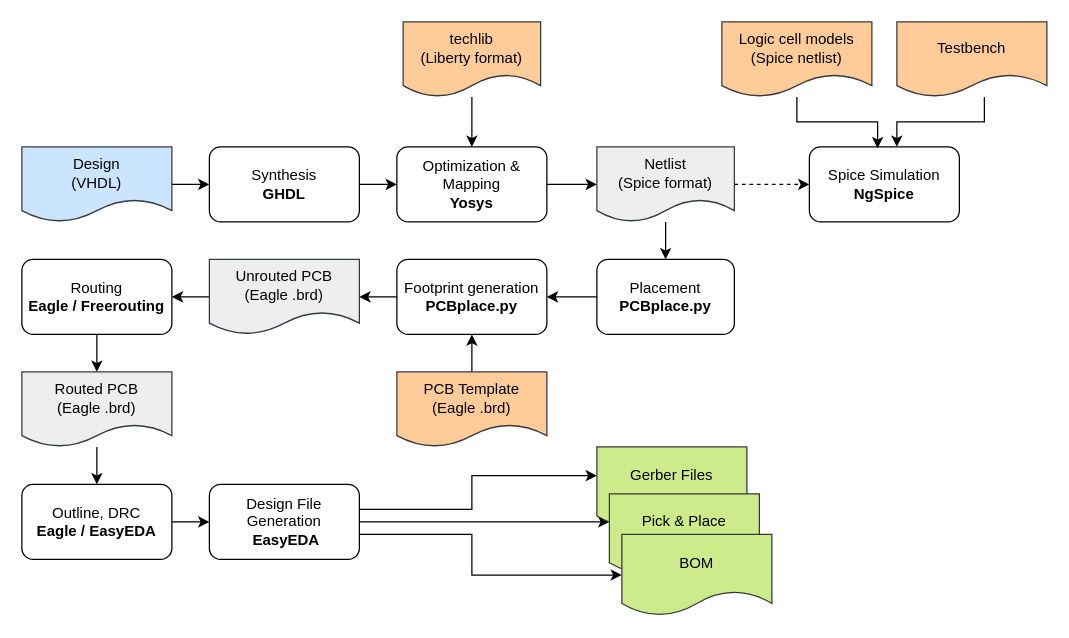
Before: Images/PCBFlow.drawio in cpldcpu/PCBFlow, a draw.io diagram. Source tidied: cells renumbered, new cells numbered last; positions are measured from the earlier drawing's top-left corner, leaving out a move shared by most shapes. Both pictures are drawn from the tidied source at 125%, with x=0, y=0 at pixel (21, 21).
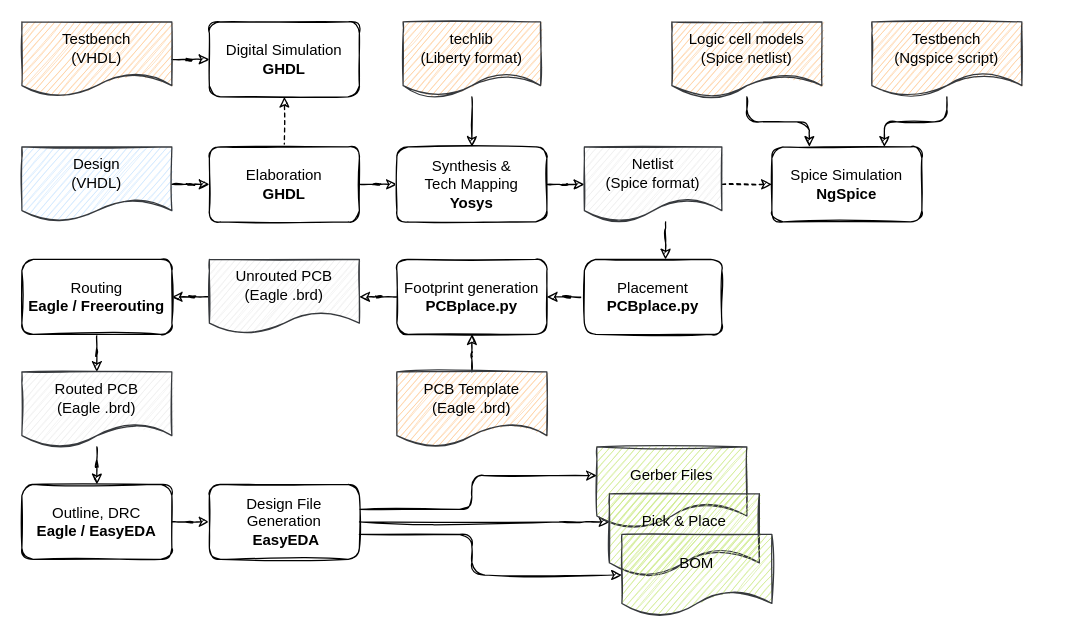
After the change.

Diff of the diagram source:
```diff
@@
-    <mxCell id="2" style="edgeStyle=orthogonalEdgeStyle;rounded=0;jettySize=auto;html=1;" parent="1" edge="1" source="3" target="5">
+    <mxCell id="2" style="edgeStyle=orthogonalEdgeStyle;jettySize=auto;html=1;sketch=1;" parent="1" edge="1" source="3" target="5">
       <mxGeometry relative="1" as="geometry" />
     </mxCell>
-    <mxCell id="3" value="Design&lt;br&gt;(VHDL)" style="shape=document;whiteSpace=wrap;html=1;boundedLbl=1;fillColor=#cce5ff;strokeColor=#36393d;" parent="1" vertex="1">
+    <mxCell id="3" value="Design&lt;br&gt;(VHDL)" style="shape=document;whiteSpace=wrap;html=1;boundedLbl=1;fillColor=#cce5ff;strokeColor=#36393d;rounded=1;sketch=1;" parent="1" vertex="1">
       <mxGeometry y="100" width="120" height="60" as="geometry" />
     </mxCell>
-    <mxCell id="4" style="edgeStyle=orthogonalEdgeStyle;rounded=0;jettySize=auto;html=1;" parent="1" edge="1" source="5" target="7">
+    <mxCell id="4" style="edgeStyle=orthogonalEdgeStyle;jettySize=auto;html=1;sketch=1;" parent="1" edge="1" source="5" target="7">
       <mxGeometry relative="1" as="geometry" />
     </mxCell>
+    <mxCell id="39" style="edgeStyle=orthogonalEdgeStyle;jettySize=auto;html=1;dashed=1;sketch=1;" parent="1" edge="1" source="5" target="40">
+      <mxGeometry relative="1" as="geometry" />
+    </mxCell>
-    <mxCell id="5" value="Synthesis&lt;br&gt;&lt;b&gt;GHDL&lt;/b&gt;" style="rounded=1;whiteSpace=wrap;html=1;" parent="1" vertex="1">
+    <mxCell id="5" value="Elaboration&lt;br&gt;&lt;b&gt;GHDL&lt;/b&gt;" style="whiteSpace=wrap;html=1;rounded=1;sketch=1;" parent="1" vertex="1">
       <mxGeometry x="150" y="100" width="120" height="60" as="geometry" />
     </mxCell>
-    <mxCell id="6" style="edgeStyle=orthogonalEdgeStyle;rounded=0;jettySize=auto;html=1;" parent="1" edge="1" source="7" target="10">
+    <mxCell id="6" style="edgeStyle=orthogonalEdgeStyle;jettySize=auto;html=1;sketch=1;" parent="1" edge="1" source="7" target="10">
       <mxGeometry relative="1" as="geometry" />
     </mxCell>
-    <mxCell id="7" value="Optimization &amp;amp; Mapping&lt;br&gt;&lt;b&gt;Yosys&lt;/b&gt;" style="rounded=1;whiteSpace=wrap;html=1;" parent="1" vertex="1">
+    <mxCell id="7" value="Synthesis &amp;amp; &lt;br&gt;Tech Mapping&lt;br&gt;&lt;b&gt;Yosys&lt;/b&gt;" style="whiteSpace=wrap;html=1;rounded=1;sketch=1;" parent="1" vertex="1">
       <mxGeometry x="300" y="100" width="120" height="60" as="geometry" />
     </mxCell>
-    <mxCell id="8" style="edgeStyle=orthogonalEdgeStyle;rounded=0;jettySize=auto;html=1;" parent="1" edge="1" source="10" target="12">
+    <mxCell id="8" style="edgeStyle=orthogonalEdgeStyle;jettySize=auto;html=1;sketch=1;" parent="1" edge="1" source="10" target="12">
       <mxGeometry relative="1" as="geometry">
         <Array as="points">
           <mxPoint x="515" y="170" />
           <mxPoint x="515" y="170" />
         </Array>
       </mxGeometry>
     </mxCell>
-    <mxCell id="9" style="edgeStyle=orthogonalEdgeStyle;rounded=0;jettySize=auto;html=1;dashed=1;" parent="1" edge="1" source="10" target="19">
+    <mxCell id="9" style="edgeStyle=orthogonalEdgeStyle;jettySize=auto;html=1;dashed=1;sketch=1;" parent="1" edge="1" source="10" target="19">
       <mxGeometry relative="1" as="geometry" />
     </mxCell>
-    <mxCell id="10" value="Netlist&lt;br&gt;(Spice format)" style="shape=document;whiteSpace=wrap;html=1;boundedLbl=1;rounded=1;fillColor=#eeeeee;strokeColor=#36393d;" parent="1" vertex="1">
-      <mxGeometry x="460" y="100" width="110" height="60" as="geometry" />
+    <mxCell id="10" value="Netlist&lt;br&gt;(Spice format)" style="shape=document;whiteSpace=wrap;html=1;boundedLbl=1;fillColor=#eeeeee;strokeColor=#36393d;rounded=1;sketch=1;" parent="1" vertex="1">
+      <mxGeometry x="450" y="100" width="110" height="60" as="geometry" />
     </mxCell>
-    <mxCell id="11" style="edgeStyle=orthogonalEdgeStyle;rounded=0;jettySize=auto;html=1;" parent="1" edge="1" source="12" target="16">
+    <mxCell id="11" style="edgeStyle=orthogonalEdgeStyle;jettySize=auto;html=1;sketch=1;" parent="1" edge="1" source="12" target="16">
       <mxGeometry relative="1" as="geometry" />
     </mxCell>
-    <mxCell id="12" value="Placement&lt;br&gt;&lt;b&gt;PCBplace.py&lt;/b&gt;" style="whiteSpace=wrap;html=1;rounded=1;" parent="1" vertex="1">
-      <mxGeometry x="460" y="190" width="110" height="60" as="geometry" />
+    <mxCell id="12" value="Placement&lt;br&gt;&lt;b&gt;PCBplace.py&lt;/b&gt;" style="whiteSpace=wrap;html=1;rounded=1;sketch=1;" parent="1" vertex="1">
+      <mxGeometry x="450" y="190" width="110" height="60" as="geometry" />
     </mxCell>
-    <mxCell id="13" style="edgeStyle=orthogonalEdgeStyle;rounded=0;jettySize=auto;html=1;" parent="1" edge="1" source="14" target="7">
+    <mxCell id="13" style="edgeStyle=orthogonalEdgeStyle;jettySize=auto;html=1;sketch=1;" parent="1" edge="1" source="14" target="7">
       <mxGeometry relative="1" as="geometry" />
     </mxCell>
-    <mxCell id="14" value="techlib&lt;br&gt;(Liberty format)" style="shape=document;whiteSpace=wrap;html=1;boundedLbl=1;rounded=1;fillColor=#ffcc99;strokeColor=#36393d;" parent="1" vertex="1">
+    <mxCell id="14" value="techlib&lt;br&gt;(Liberty format)" style="shape=document;whiteSpace=wrap;html=1;boundedLbl=1;fillColor=#ffcc99;strokeColor=#36393d;rounded=1;sketch=1;" parent="1" vertex="1">
       <mxGeometry x="305" width="110" height="60" as="geometry" />
     </mxCell>
-    <mxCell id="15" style="edgeStyle=orthogonalEdgeStyle;rounded=0;jettySize=auto;html=1;" parent="1" edge="1" source="16" target="25">
+    <mxCell id="15" style="edgeStyle=orthogonalEdgeStyle;jettySize=auto;html=1;sketch=1;" parent="1" edge="1" source="16" target="25">
       <mxGeometry relative="1" as="geometry" />
     </mxCell>
-    <mxCell id="16" value="Footprint generation&lt;br&gt;&lt;b&gt;PCBplace.py&lt;/b&gt;" style="whiteSpace=wrap;html=1;rounded=1;" parent="1" vertex="1">
+    <mxCell id="16" value="Footprint generation&lt;br&gt;&lt;b&gt;PCBplace.py&lt;/b&gt;" style="whiteSpace=wrap;html=1;rounded=1;sketch=1;" parent="1" vertex="1">
       <mxGeometry x="300" y="190" width="120" height="60" as="geometry" />
     </mxCell>
-    <mxCell id="17" style="edgeStyle=orthogonalEdgeStyle;rounded=0;jettySize=auto;html=1;" parent="1" edge="1" source="18" target="16">
+    <mxCell id="17" style="edgeStyle=orthogonalEdgeStyle;jettySize=auto;html=1;sketch=1;" parent="1" edge="1" source="18" target="16">
       <mxGeometry relative="1" as="geometry" />
     </mxCell>
-    <mxCell id="18" value="PCB Template&lt;br&gt;(Eagle .brd)" style="shape=document;whiteSpace=wrap;html=1;boundedLbl=1;fillColor=#ffcc99;strokeColor=#36393d;" parent="1" vertex="1">
+    <mxCell id="18" value="PCB Template&lt;br&gt;(Eagle .brd)" style="shape=document;whiteSpace=wrap;html=1;boundedLbl=1;fillColor=#ffcc99;strokeColor=#36393d;rounded=1;sketch=1;" parent="1" vertex="1">
       <mxGeometry x="300" y="280" width="120" height="60" as="geometry" />
     </mxCell>
-    <mxCell id="19" value="Spice Simulation&lt;br&gt;&lt;b&gt;NgSpice&lt;/b&gt;" style="whiteSpace=wrap;html=1;rounded=1;" parent="1" vertex="1">
-      <mxGeometry x="630" y="100" width="120" height="60" as="geometry" />
+    <mxCell id="19" value="Spice Simulation&lt;br&gt;&lt;b&gt;NgSpice&lt;/b&gt;" style="whiteSpace=wrap;html=1;rounded=1;sketch=1;" parent="1" vertex="1">
+      <mxGeometry x="600" y="100" width="120" height="60" as="geometry" />
     </mxCell>
-    <mxCell id="20" style="edgeStyle=orthogonalEdgeStyle;rounded=0;jettySize=auto;html=1;entryX=0.455;entryY=0.019;entryDx=0;entryDy=0;entryPerimeter=0;" parent="1" edge="1" source="21" target="19">
+    <mxCell id="20" style="edgeStyle=orthogonalEdgeStyle;jettySize=auto;html=1;entryX=0.25;entryY=0;entryDx=0;entryDy=0;sketch=1;" parent="1" edge="1" source="21" target="19">
       <mxGeometry relative="1" as="geometry" />
     </mxCell>
-    <mxCell id="21" value="Logic cell models&lt;br&gt;(Spice netlist)" style="shape=document;whiteSpace=wrap;html=1;boundedLbl=1;rounded=1;fillColor=#ffcc99;strokeColor=#36393d;" parent="1" vertex="1">
-      <mxGeometry x="560" width="120" height="60" as="geometry" />
+    <mxCell id="21" value="Logic cell models&lt;br&gt;(Spice netlist)" style="shape=document;whiteSpace=wrap;html=1;boundedLbl=1;fillColor=#ffcc99;strokeColor=#36393d;rounded=1;sketch=1;" parent="1" vertex="1">
+      <mxGeometry x="520" width="120" height="60" as="geometry" />
     </mxCell>
-    <mxCell id="22" style="edgeStyle=orthogonalEdgeStyle;rounded=0;jettySize=auto;html=1;" parent="1" edge="1" source="23" target="19">
+    <mxCell id="22" style="edgeStyle=orthogonalEdgeStyle;jettySize=auto;html=1;sketch=1;" parent="1" edge="1" source="23" target="19">
       <mxGeometry relative="1" as="geometry">
         <Array as="points">
-          <mxPoint x="770" y="80" />
-          <mxPoint x="700" y="80" />
+          <mxPoint x="740" y="80" />
+          <mxPoint x="690" y="80" />
         </Array>
       </mxGeometry>
     </mxCell>
-    <mxCell id="23" value="Testbench" style="shape=document;whiteSpace=wrap;html=1;boundedLbl=1;rounded=1;fillColor=#ffcc99;strokeColor=#36393d;" parent="1" vertex="1">
-      <mxGeometry x="700" width="120" height="60" as="geometry" />
+    <mxCell id="23" value="Testbench&lt;br&gt;(Ngspice script)" style="shape=document;whiteSpace=wrap;html=1;boundedLbl=1;fillColor=#ffcc99;strokeColor=#36393d;rounded=1;sketch=1;" parent="1" vertex="1">
+      <mxGeometry x="680" width="120" height="60" as="geometry" />
     </mxCell>
-    <mxCell id="24" style="edgeStyle=orthogonalEdgeStyle;rounded=0;jettySize=auto;html=1;" parent="1" edge="1" source="25" target="27">
+    <mxCell id="24" style="edgeStyle=orthogonalEdgeStyle;jettySize=auto;html=1;sketch=1;" parent="1" edge="1" source="25" target="27">
       <mxGeometry relative="1" as="geometry" />
     </mxCell>
-    <mxCell id="25" value="Unrouted PCB&lt;br&gt;(Eagle .brd)" style="shape=document;whiteSpace=wrap;html=1;boundedLbl=1;rounded=1;fillColor=#eeeeee;strokeColor=#36393d;" parent="1" vertex="1">
+    <mxCell id="25" value="Unrouted PCB&lt;br&gt;(Eagle .brd)" style="shape=document;whiteSpace=wrap;html=1;boundedLbl=1;fillColor=#eeeeee;strokeColor=#36393d;rounded=1;sketch=1;" parent="1" vertex="1">
       <mxGeometry x="150" y="190" width="120" height="60" as="geometry" />
     </mxCell>
-    <mxCell id="26" style="edgeStyle=orthogonalEdgeStyle;rounded=0;jettySize=auto;html=1;" parent="1" edge="1" source="27" target="35">
+    <mxCell id="26" style="edgeStyle=orthogonalEdgeStyle;jettySize=auto;html=1;sketch=1;" parent="1" edge="1" source="27" target="35">
       <mxGeometry relative="1" as="geometry" />
     </mxCell>
-    <mxCell id="27" value="Routing&lt;br&gt;&lt;b&gt;Eagle / Freerouting&lt;/b&gt;" style="rounded=1;whiteSpace=wrap;html=1;" parent="1" vertex="1">
+    <mxCell id="27" value="Routing&lt;br&gt;&lt;b&gt;Eagle / Freerouting&lt;/b&gt;" style="whiteSpace=wrap;html=1;rounded=1;sketch=1;" parent="1" vertex="1">
       <mxGeometry y="190" width="120" height="60" as="geometry" />
     </mxCell>
-    <mxCell id="28" style="edgeStyle=orthogonalEdgeStyle;rounded=0;jettySize=auto;html=1;" parent="1" edge="1" source="29" target="33">
+    <mxCell id="28" style="edgeStyle=orthogonalEdgeStyle;jettySize=auto;html=1;sketch=1;" parent="1" edge="1" source="29" target="33">
       <mxGeometry relative="1" as="geometry" />
     </mxCell>
-    <mxCell id="29" value="Outline, DRC&lt;br&gt;&lt;b&gt;Eagle / EasyEDA&lt;/b&gt;" style="whiteSpace=wrap;html=1;rounded=1;" parent="1" vertex="1">
+    <mxCell id="29" value="Outline, DRC&lt;br&gt;&lt;b&gt;Eagle / EasyEDA&lt;/b&gt;" style="whiteSpace=wrap;html=1;rounded=1;sketch=1;" parent="1" vertex="1">
       <mxGeometry y="370" width="120" height="60" as="geometry" />
     </mxCell>
-    <mxCell id="30" style="edgeStyle=orthogonalEdgeStyle;rounded=0;jettySize=auto;html=1;" parent="1" edge="1" source="33" target="36">
+    <mxCell id="30" style="edgeStyle=orthogonalEdgeStyle;jettySize=auto;html=1;sketch=1;" parent="1" edge="1" source="33" target="36">
       <mxGeometry relative="1" as="geometry">
         <Array as="points">
           <mxPoint x="360" y="390" />
           <mxPoint x="360" y="363" />
         </Array>
       </mxGeometry>
     </mxCell>
-    <mxCell id="31" style="edgeStyle=orthogonalEdgeStyle;rounded=0;jettySize=auto;html=1;exitX=1;exitY=0.5;exitDx=0;exitDy=0;" parent="1" edge="1" source="33" target="37">
+    <mxCell id="31" style="edgeStyle=orthogonalEdgeStyle;jettySize=auto;html=1;exitX=1;exitY=0.5;exitDx=0;exitDy=0;sketch=1;" parent="1" edge="1" source="33" target="37">
       <mxGeometry relative="1" as="geometry">
         <Array as="points">
           <mxPoint x="440" y="400" />
           <mxPoint x="440" y="400" />
         </Array>
       </mxGeometry>
     </mxCell>
-    <mxCell id="32" style="edgeStyle=orthogonalEdgeStyle;rounded=0;jettySize=auto;html=1;exitX=1;exitY=0.5;exitDx=0;exitDy=0;entryX=0;entryY=0.5;entryDx=0;entryDy=0;" parent="1" edge="1" source="33" target="38">
+    <mxCell id="32" style="edgeStyle=orthogonalEdgeStyle;jettySize=auto;html=1;exitX=0.999;exitY=0.667;exitDx=0;exitDy=0;entryX=0;entryY=0.5;entryDx=0;entryDy=0;exitPerimeter=0;sketch=1;" parent="1" edge="1" source="33" target="38">
       <mxGeometry relative="1" as="geometry">
         <Array as="points">
-          <mxPoint x="270" y="410" />
           <mxPoint x="360" y="410" />
           <mxPoint x="360" y="443" />
           <mxPoint x="480" y="443" />
         </Array>
       </mxGeometry>
     </mxCell>
-    <mxCell id="33" value="Design File Generation&lt;br&gt;&lt;b&gt;&amp;nbsp;EasyEDA&lt;/b&gt;" style="whiteSpace=wrap;html=1;rounded=1;" parent="1" vertex="1">
+    <mxCell id="33" value="Design File Generation&lt;br&gt;&lt;b&gt;&amp;nbsp;EasyEDA&lt;/b&gt;" style="whiteSpace=wrap;html=1;rounded=1;sketch=1;" parent="1" vertex="1">
       <mxGeometry x="150" y="370" width="120" height="60" as="geometry" />
     </mxCell>
-    <mxCell id="34" style="edgeStyle=orthogonalEdgeStyle;rounded=0;jettySize=auto;html=1;" parent="1" edge="1" source="35" target="29">
+    <mxCell id="34" style="edgeStyle=orthogonalEdgeStyle;jettySize=auto;html=1;sketch=1;" parent="1" edge="1" source="35" target="29">
       <mxGeometry relative="1" as="geometry" />
     </mxCell>
-    <mxCell id="35" value="Routed PCB&lt;br&gt;(Eagle .brd)" style="shape=document;whiteSpace=wrap;html=1;boundedLbl=1;rounded=1;fillColor=#eeeeee;strokeColor=#36393d;" parent="1" vertex="1">
+    <mxCell id="35" value="Routed PCB&lt;br&gt;(Eagle .brd)" style="shape=document;whiteSpace=wrap;html=1;boundedLbl=1;fillColor=#eeeeee;strokeColor=#36393d;rounded=1;sketch=1;" parent="1" vertex="1">
       <mxGeometry y="280" width="120" height="60" as="geometry" />
     </mxCell>
-    <mxCell id="36" value="Gerber Files" style="shape=document;whiteSpace=wrap;html=1;boundedLbl=1;rounded=1;fillColor=#cdeb8b;strokeColor=#36393d;" parent="1" vertex="1">
+    <mxCell id="36" value="Gerber Files" style="shape=document;whiteSpace=wrap;html=1;boundedLbl=1;fillColor=#cdeb8b;strokeColor=#36393d;rounded=1;sketch=1;" parent="1" vertex="1">
       <mxGeometry x="460" y="340" width="120" height="65" as="geometry" />
     </mxCell>
-    <mxCell id="37" value="Pick &amp;amp; Place" style="shape=document;whiteSpace=wrap;html=1;boundedLbl=1;rounded=1;fillColor=#cdeb8b;strokeColor=#36393d;" parent="1" vertex="1">
+    <mxCell id="37" value="Pick &amp;amp; Place" style="shape=document;whiteSpace=wrap;html=1;boundedLbl=1;fillColor=#cdeb8b;strokeColor=#36393d;rounded=1;sketch=1;" parent="1" vertex="1">
       <mxGeometry x="470" y="377.5" width="120" height="65" as="geometry" />
     </mxCell>
-    <mxCell id="38" value="BOM" style="shape=document;whiteSpace=wrap;html=1;boundedLbl=1;rounded=1;fillColor=#cdeb8b;strokeColor=#36393d;" parent="1" vertex="1">
+    <mxCell id="38" value="BOM" style="shape=document;whiteSpace=wrap;html=1;boundedLbl=1;fillColor=#cdeb8b;strokeColor=#36393d;rounded=1;sketch=1;" parent="1" vertex="1">
       <mxGeometry x="480" y="410" width="120" height="65" as="geometry" />
     </mxCell>
+    <mxCell id="40" value="Digital Simulation&lt;br&gt;&lt;b&gt;GHDL&lt;/b&gt;" style="whiteSpace=wrap;html=1;rounded=1;sketch=1;" parent="1" vertex="1">
+      <mxGeometry x="150" width="120" height="60" as="geometry" />
+    </mxCell>
+    <mxCell id="41" style="edgeStyle=orthogonalEdgeStyle;jettySize=auto;html=1;sketch=1;" parent="1" edge="1" source="42" target="40">
+      <mxGeometry relative="1" as="geometry" />
+    </mxCell>
+    <mxCell id="42" value="Testbench&lt;br&gt;(VHDL)" style="shape=document;whiteSpace=wrap;html=1;boundedLbl=1;fillColor=#ffcc99;strokeColor=#36393d;rounded=1;sketch=1;" parent="1" vertex="1">
+      <mxGeometry width="120" height="60" as="geometry" />
+    </mxCell>
```
